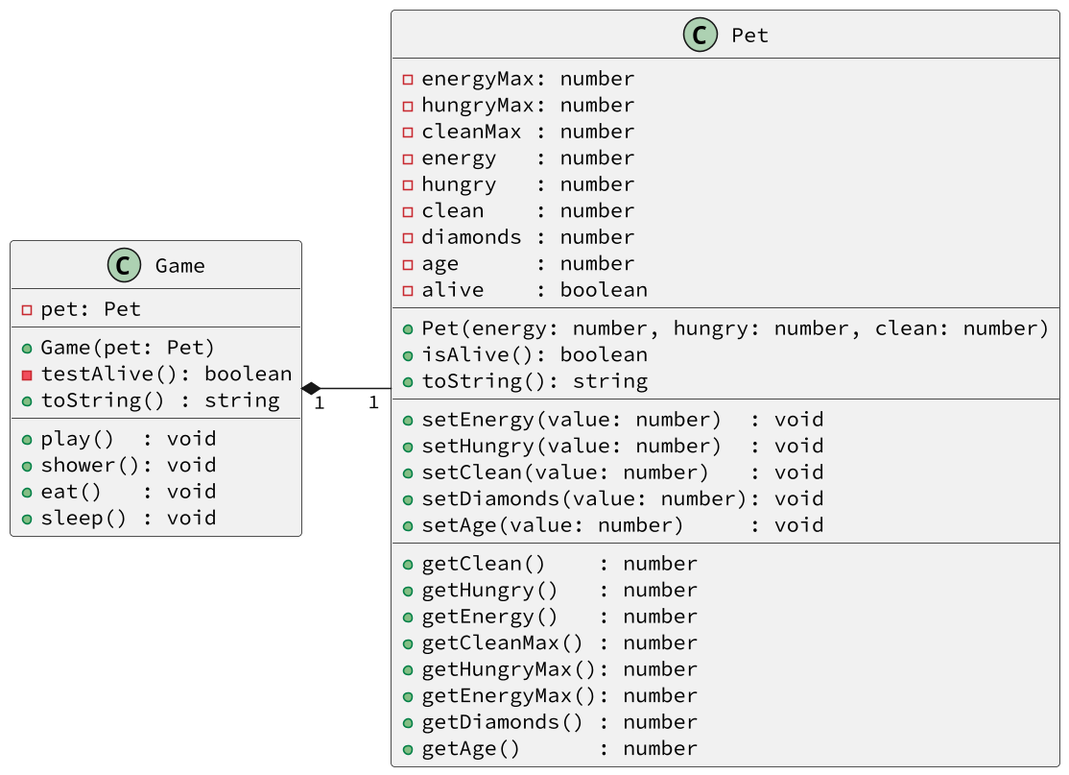
The PlantUML diagram base/tamagotchi/diagrama.png in qxcodepoo/arcade, before a commit.
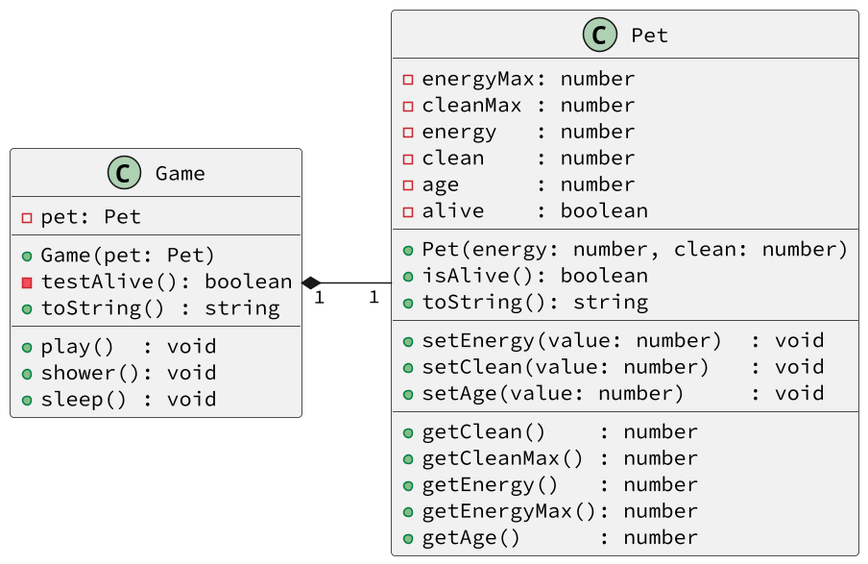
The same diagram one commit later.

Change to the diagram source:
```diff
@@ -4,32 +4,24 @@
 left to right direction
 class Pet {
     - energyMax: number
-    - hungryMax: number
     - cleanMax : number
     - energy   : number
-    - hungry   : number
     - clean    : number
-    - diamonds : number
     - age      : number
     - alive    : boolean
     __
-    + Pet(energy: number, hungry: number, clean: number)
+    + Pet(energy: number, clean: number)
     + isAlive(): boolean
     + toString(): string
     __
     + setEnergy(value: number)  : void
-    + setHungry(value: number)  : void
     + setClean(value: number)   : void
-    + setDiamonds(value: number): void
     + setAge(value: number)     : void
     __
     + getClean()    : number
-    + getHungry()   : number
+    + getCleanMax() : number
     + getEnergy()   : number
-    + getCleanMax() : number
-    + getHungryMax(): number
     + getEnergyMax(): number
-    + getDiamonds() : number
     + getAge()      : number
 }
 class Game {
@@ -41,7 +33,6 @@
     __
     + play()  : void
     + shower(): void
-    + eat()   : void
     + sleep() : void
 }
 Game "1" *-- "1" Pet
```
